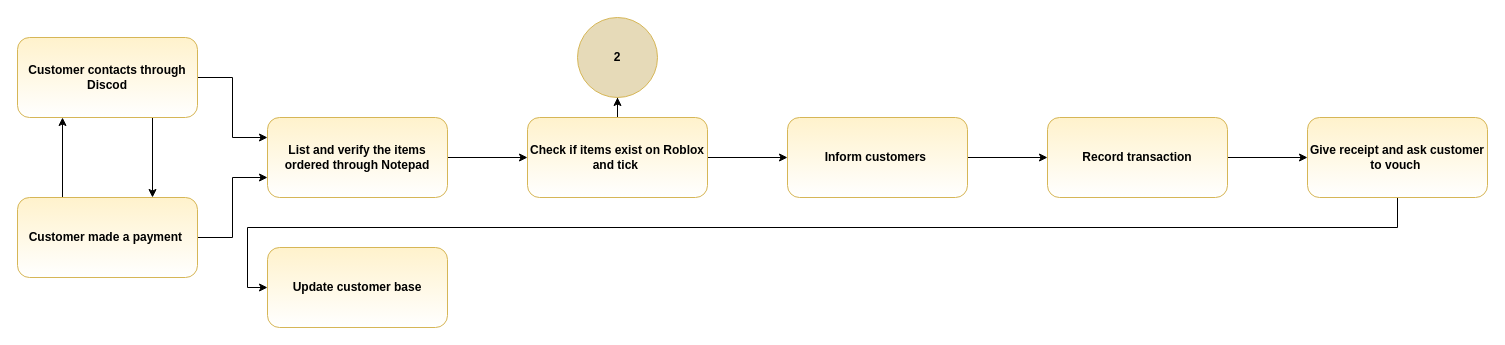
The draw.io diagram Flowchartforbusiness.drawio in dbarif/Diagrams.netd_b, before the edit. Source tidied: cells renumbered, new cells numbered last; positions are measured from the earlier drawing's top-left corner, leaving out a move shared by most shapes. Both pictures are drawn from the tidied source at 100%, with x=0, y=0 at pixel (17, 17).
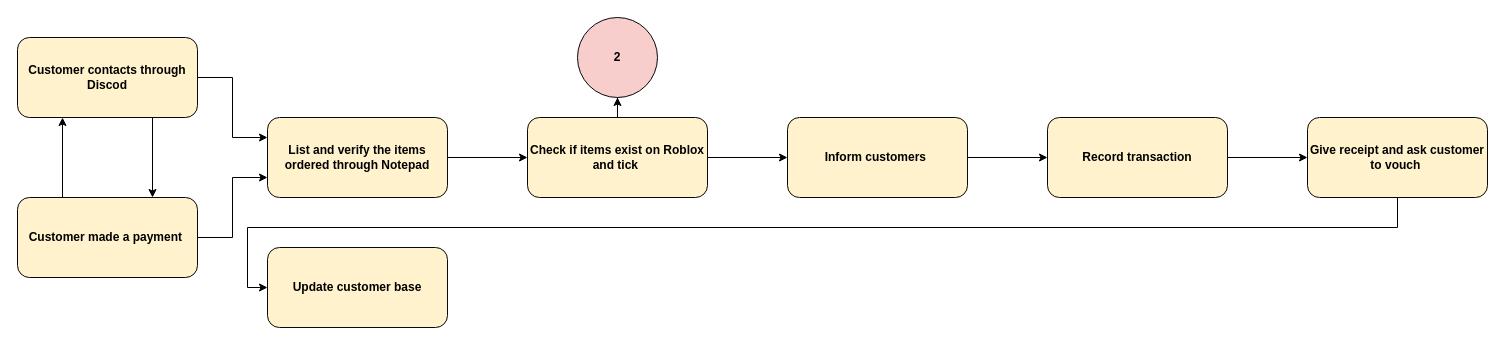
After the change.

Diff of the diagram source:
```diff
@@
-    <mxCell id="4" value="&lt;b&gt;Customer contacts through Discod&lt;/b&gt;" style="rounded=1;whiteSpace=wrap;html=1;fontSize=12;glass=0;strokeWidth=1;shadow=0;fillColor=#fff2cc;strokeColor=#d6b656;gradientColor=#FFFFFF;" parent="1" vertex="1">
+    <mxCell id="4" value="&lt;b&gt;Customer contacts through Discod&lt;/b&gt;" style="rounded=1;whiteSpace=wrap;html=1;fontSize=12;glass=0;strokeWidth=1;shadow=0;fillColor=#fff2cc;strokeColor=#080808;gradientColor=none;align=center;verticalAlign=middle;fontFamily=Helvetica;fontColor=default;fontStyle=1;" parent="1" vertex="1">
       <mxGeometry y="20" width="180" height="80" as="geometry" />
     </mxCell>
@@
-    <mxCell id="7" value="Customer made a payment&amp;nbsp;" style="rounded=1;whiteSpace=wrap;html=1;fontSize=12;glass=0;strokeWidth=1;shadow=0;fontStyle=1;strokeColor=#d6b656;align=center;verticalAlign=middle;fontFamily=Helvetica;fontColor=default;fillColor=#fff2cc;gradientColor=#FFFFFF;" parent="1" vertex="1">
+    <mxCell id="7" value="Customer made a payment&amp;nbsp;" style="rounded=1;whiteSpace=wrap;html=1;fontSize=12;glass=0;strokeWidth=1;shadow=0;fontStyle=1;strokeColor=#080808;align=center;verticalAlign=middle;fontFamily=Helvetica;fontColor=default;fillColor=#fff2cc;gradientColor=none;" parent="1" vertex="1">
       <mxGeometry y="180" width="180" height="80" as="geometry" />
     </mxCell>
@@
-    <mxCell id="9" value="List and verify the items ordered through Notepad" style="rounded=1;whiteSpace=wrap;html=1;fontSize=12;glass=0;strokeWidth=1;shadow=0;fontStyle=1;strokeColor=#d6b656;align=center;verticalAlign=middle;fontFamily=Helvetica;fontColor=default;fillColor=#fff2cc;gradientColor=#FFFFFF;" parent="1" vertex="1">
+    <mxCell id="9" value="List and verify the items ordered through Notepad" style="rounded=1;whiteSpace=wrap;html=1;fontSize=12;glass=0;strokeWidth=1;shadow=0;fontStyle=1;strokeColor=#080808;align=center;verticalAlign=middle;fontFamily=Helvetica;fontColor=default;fillColor=#fff2cc;gradientColor=none;" parent="1" vertex="1">
       <mxGeometry x="250" y="100" width="180" height="80" as="geometry" />
     </mxCell>
@@
-    <mxCell id="12" value="Check if items exist on Roblox and tick&amp;nbsp;" style="rounded=1;whiteSpace=wrap;html=1;fontSize=12;glass=0;strokeWidth=1;shadow=0;fontStyle=1;strokeColor=#d6b656;align=center;verticalAlign=middle;fontFamily=Helvetica;fontColor=default;fillColor=#fff2cc;gradientColor=#FFFFFF;" parent="1" vertex="1">
+    <mxCell id="12" value="Check if items exist on Roblox and tick&amp;nbsp;" style="rounded=1;whiteSpace=wrap;html=1;fontSize=12;glass=0;strokeWidth=1;shadow=0;fontStyle=1;strokeColor=#080808;align=center;verticalAlign=middle;fontFamily=Helvetica;fontColor=default;fillColor=#fff2cc;gradientColor=none;" parent="1" vertex="1">
       <mxGeometry x="510" y="100" width="180" height="80" as="geometry" />
     </mxCell>
@@
-    <mxCell id="14" value="Inform customers&amp;nbsp;" style="rounded=1;whiteSpace=wrap;html=1;fontSize=12;glass=0;strokeWidth=1;shadow=0;fontStyle=1;strokeColor=#d6b656;align=center;verticalAlign=middle;fontFamily=Helvetica;fontColor=default;fillColor=#fff2cc;gradientColor=#FFFFFF;" parent="1" vertex="1">
+    <mxCell id="14" value="Inform customers&amp;nbsp;" style="rounded=1;whiteSpace=wrap;html=1;fontSize=12;glass=0;strokeWidth=1;shadow=0;fontStyle=1;strokeColor=#080808;align=center;verticalAlign=middle;fontFamily=Helvetica;fontColor=default;fillColor=#fff2cc;gradientColor=none;" parent="1" vertex="1">
       <mxGeometry x="770" y="100" width="180" height="80" as="geometry" />
     </mxCell>
-    <mxCell id="15" value="2" style="ellipse;whiteSpace=wrap;html=1;fontStyle=1;rounded=1;shadow=0;glass=0;strokeColor=#d6b656;strokeWidth=1;align=center;verticalAlign=middle;fontFamily=Helvetica;fontSize=12;fontColor=default;fillColor=#E6DAB8;gradientColor=none;" parent="1" vertex="1">
+    <mxCell id="15" value="2" style="ellipse;whiteSpace=wrap;html=1;fontStyle=1;rounded=1;shadow=0;glass=0;strokeColor=#080808;strokeWidth=1;align=center;verticalAlign=middle;fontFamily=Helvetica;fontSize=12;fillColor=#f8cecc;" parent="1" vertex="1">
       <mxGeometry x="560" width="80" height="80" as="geometry" />
     </mxCell>
@@
-    <mxCell id="17" value="Record transaction" style="rounded=1;whiteSpace=wrap;html=1;fontSize=12;glass=0;strokeWidth=1;shadow=0;fontStyle=1;strokeColor=#d6b656;align=center;verticalAlign=middle;fontFamily=Helvetica;fontColor=default;fillColor=#fff2cc;gradientColor=#FFFFFF;" parent="1" vertex="1">
+    <mxCell id="17" value="Record transaction" style="rounded=1;whiteSpace=wrap;html=1;fontSize=12;glass=0;strokeWidth=1;shadow=0;fontStyle=1;strokeColor=#080808;align=center;verticalAlign=middle;fontFamily=Helvetica;fontColor=default;fillColor=#fff2cc;gradientColor=none;" parent="1" vertex="1">
       <mxGeometry x="1030" y="100" width="180" height="80" as="geometry" />
     </mxCell>
@@
-    <mxCell id="19" value="Give receipt and ask customer to vouch&amp;nbsp;" style="rounded=1;whiteSpace=wrap;html=1;fontSize=12;glass=0;strokeWidth=1;shadow=0;strokeColor=#d6b656;align=center;verticalAlign=middle;fontFamily=Helvetica;fontColor=default;fontStyle=1;fillColor=#fff2cc;gradientColor=#FFFFFF;" parent="1" vertex="1">
+    <mxCell id="19" value="Give receipt and ask customer to vouch&amp;nbsp;" style="rounded=1;whiteSpace=wrap;html=1;fontSize=12;glass=0;strokeWidth=1;shadow=0;strokeColor=#080808;align=center;verticalAlign=middle;fontFamily=Helvetica;fontColor=default;fontStyle=1;fillColor=#fff2cc;gradientColor=none;" parent="1" vertex="1">
       <mxGeometry x="1290" y="100" width="180" height="80" as="geometry" />
     </mxCell>
-    <mxCell id="20" value="Update customer base" style="rounded=1;whiteSpace=wrap;html=1;fontSize=12;glass=0;strokeWidth=1;shadow=0;fontStyle=1;strokeColor=#d6b656;align=center;verticalAlign=middle;fontFamily=Helvetica;fontColor=default;fillColor=#fff2cc;gradientColor=#FFFFFF;" parent="1" vertex="1">
+    <mxCell id="20" value="Update customer base" style="rounded=1;whiteSpace=wrap;html=1;fontSize=12;glass=0;strokeWidth=1;shadow=0;fontStyle=1;strokeColor=#080808;align=center;verticalAlign=middle;fontFamily=Helvetica;fontColor=default;fillColor=#fff2cc;gradientColor=none;" parent="1" vertex="1">
       <mxGeometry x="250" y="230" width="180" height="80" as="geometry" />
     </mxCell>
```
